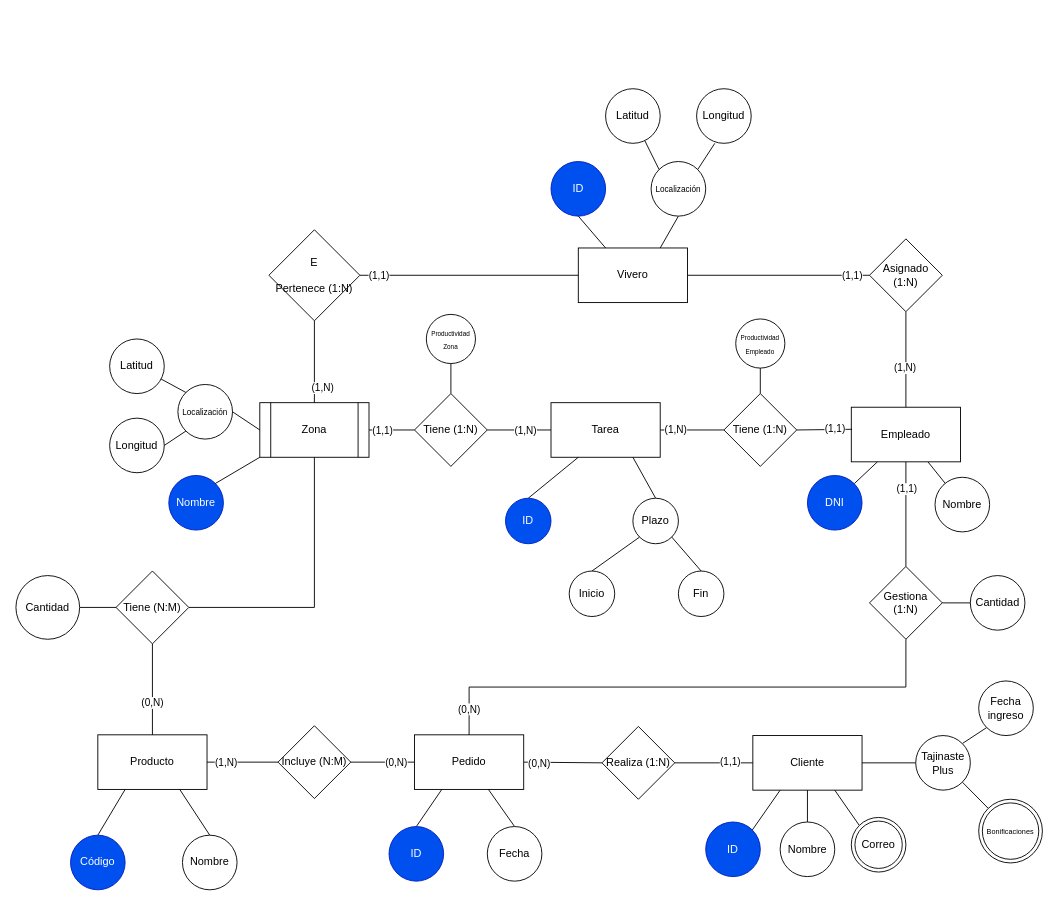
Kyrylo-Chvanov/adbd-practica2 keeps this draw.io diagram as diagrama.drawio. Above is the earlier version. Source tidied: cells renumbered, new cells numbered last; positions are measured from the earlier drawing's top-left corner, leaving out a move shared by most shapes. Both pictures are drawn from the tidied source at 91%, with x=0, y=0 at pixel (15, 88).
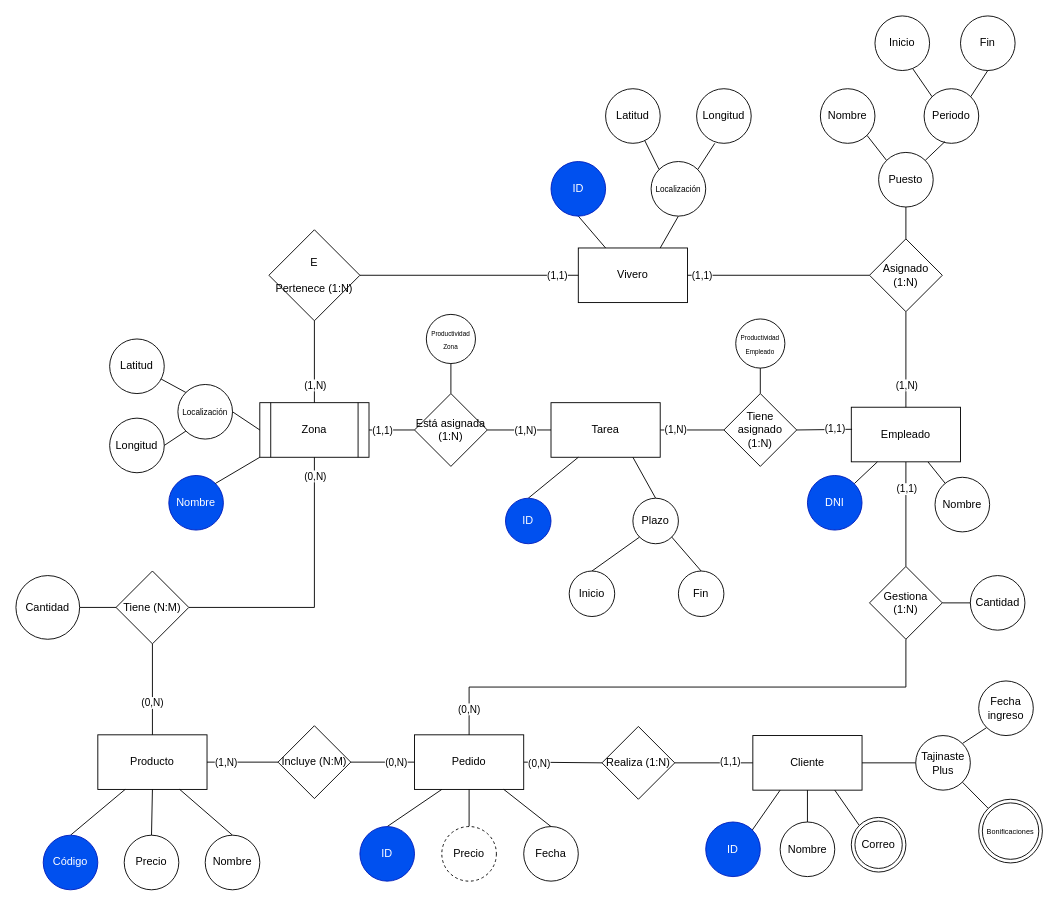
The same page after the edit.

The change refers to these unchanged cells:
```xml
<mxCell id="12" style="edgeStyle=none;shape=connector;rounded=0;jettySize=auto;html=1;exitX=1;exitY=0.5;exitDx=0;exitDy=0;entryX=0;entryY=0.5;entryDx=0;entryDy=0;strokeColor=default;align=center;verticalAlign=middle;fontFamily=Helvetica;fontSize=11;fontColor=default;labelBackgroundColor=default;endArrow=none;endFill=0;" parent="1" edge="1" source="16" target="2">
  <mxGeometry relative="1" as="geometry" />
</mxCell>
<mxCell id="14" style="edgeStyle=none;shape=connector;rounded=0;jettySize=auto;html=1;exitX=0.5;exitY=1;exitDx=0;exitDy=0;entryX=0.5;entryY=0;entryDx=0;entryDy=0;strokeColor=default;align=center;verticalAlign=middle;fontFamily=Helvetica;fontSize=11;fontColor=default;labelBackgroundColor=default;endArrow=none;endFill=0;" parent="1" edge="1" source="16" target="11">
  <mxGeometry relative="1" as="geometry" />
</mxCell>
<mxCell id="25" value="Producto" style="rounded=0;whiteSpace=wrap;html=1;" parent="1" vertex="1">
  <mxGeometry x="90" y="710" width="120" height="60" as="geometry" />
</mxCell>
<mxCell id="32" style="edgeStyle=orthogonalEdgeStyle;shape=connector;rounded=0;jettySize=auto;html=1;exitX=1;exitY=0.5;exitDx=0;exitDy=0;entryX=0.5;entryY=1;entryDx=0;entryDy=0;strokeColor=default;align=center;verticalAlign=middle;fontFamily=Helvetica;fontSize=11;fontColor=default;labelBackgroundColor=default;endArrow=none;endFill=0;" parent="1" edge="1" source="33" target="11">
  <mxGeometry relative="1" as="geometry" />
</mxCell>
<mxCell id="43" style="edgeStyle=none;shape=connector;rounded=0;jettySize=auto;html=1;strokeColor=default;align=center;verticalAlign=middle;fontFamily=Helvetica;fontSize=11;fontColor=default;labelBackgroundColor=default;endArrow=none;endFill=0;entryX=1;entryY=0.5;entryDx=0;entryDy=0;" parent="1" edge="1" source="47" target="2">
  <mxGeometry relative="1" as="geometry" />
</mxCell>
<mxCell id="45" style="edgeStyle=none;shape=connector;rounded=0;jettySize=auto;html=1;strokeColor=default;align=center;verticalAlign=middle;fontFamily=Helvetica;fontSize=11;fontColor=default;labelBackgroundColor=default;endArrow=none;endFill=0;" parent="1" edge="1" source="47" target="39">
  <mxGeometry relative="1" as="geometry" />
</mxCell>
<mxCell id="47" value="Asignado (1:N)" style="rhombus;whiteSpace=wrap;html=1;shapeInside=1;" parent="1" vertex="1">
  <mxGeometry x="938" y="165" width="80" height="80" as="geometry" />
</mxCell>
<mxCell id="91" value="Pedido" style="rounded=0;whiteSpace=wrap;html=1;" parent="1" vertex="1">
  <mxGeometry x="438" y="710" width="120" height="60" as="geometry" />
</mxCell>
```

The edit, as a diff of the source:
```diff
@@
     <mxCell id="13" value="(1,1)" style="edgeLabel;html=1;align=center;verticalAlign=middle;fontFamily=Helvetica;fontSize=11;fontColor=default;labelBackgroundColor=default;" parent="12" vertex="1">
       <mxGeometry x="-0.1" relative="1" as="geometry">
-        <mxPoint x="-88" as="offset" />
+        <mxPoint x="108" as="offset" />
       </mxGeometry>
     </mxCell>
@@
     <mxCell id="15" value="(1,N)" style="edgeLabel;html=1;align=center;verticalAlign=middle;fontFamily=Helvetica;fontSize=11;fontColor=default;labelBackgroundColor=default;" parent="14" vertex="1">
       <mxGeometry x="0.59" y="-1" relative="1" as="geometry">
-        <mxPoint x="9" y="1" as="offset" />
+        <mxPoint x="1" y="-2" as="offset" />
       </mxGeometry>
     </mxCell>
@@
     <mxCell id="27" value="Nombre" style="ellipse;whiteSpace=wrap;html=1;shapeInside=1;" parent="1" vertex="1">
-      <mxGeometry x="183" y="820.3" width="60" height="60" as="geometry" />
+      <mxGeometry x="208" y="820.3" width="60" height="60" as="geometry" />
     </mxCell>
@@
     <mxCell id="29" value="Código" style="ellipse;whiteSpace=wrap;html=1;shapeInside=1;fillColor=#0050ef;fontColor=#ffffff;strokeColor=#001DBC;" parent="1" vertex="1">
-      <mxGeometry x="60" y="820.3" width="60" height="60" as="geometry" />
+      <mxGeometry x="30" y="820.3" width="60" height="60" as="geometry" />
     </mxCell>
@@
+    <mxCell id="104" value="(0,N)" style="edgeLabel;html=1;align=center;verticalAlign=middle;fontFamily=Helvetica;fontSize=11;fontColor=default;labelBackgroundColor=default;" parent="32" vertex="1">
+      <mxGeometry x="0.87" relative="1" as="geometry" />
+    </mxCell>
@@
     <mxCell id="44" value="(1,1)" style="edgeLabel;html=1;align=center;verticalAlign=middle;fontFamily=Helvetica;fontSize=11;fontColor=default;labelBackgroundColor=default;" parent="43" vertex="1">
       <mxGeometry x="0.24" y="1" relative="1" as="geometry">
-        <mxPoint x="104" y="-1" as="offset" />
+        <mxPoint x="-61" y="-1" as="offset" />
       </mxGeometry>
     </mxCell>
@@
     <mxCell id="46" value="(1,N)" style="edgeLabel;html=1;align=center;verticalAlign=middle;fontFamily=Helvetica;fontSize=11;fontColor=default;labelBackgroundColor=default;" parent="45" vertex="1">
-      <mxGeometry x="0.16" y="-2" relative="1" as="geometry" />
+      <mxGeometry x="0.16" y="-2" relative="1" as="geometry">
+        <mxPoint x="2" y="19" as="offset" />
+      </mxGeometry>
     </mxCell>
+    <mxCell id="105" style="edgeStyle=none;shape=connector;rounded=0;jettySize=auto;html=1;exitX=0.5;exitY=0;exitDx=0;exitDy=0;entryX=0.5;entryY=1;entryDx=0;entryDy=0;strokeColor=default;align=center;verticalAlign=middle;fontFamily=Helvetica;fontSize=11;fontColor=default;labelBackgroundColor=default;endArrow=none;endFill=0;" parent="1" edge="1" source="47" target="107">
+      <mxGeometry relative="1" as="geometry" />
+    </mxCell>
@@
-    <mxCell id="53" value="Tiene (1:N)" style="rhombus;whiteSpace=wrap;html=1;shapeInside=1;" parent="1" vertex="1">
+    <mxCell id="53" value="Está asignada (1:N)" style="rhombus;whiteSpace=wrap;html=1;shapeInside=1;" parent="1" vertex="1">
       <mxGeometry x="438" y="335" width="80" height="80" as="geometry" />
     </mxCell>
@@
-    <mxCell id="69" value="Tiene (1:N)" style="rhombus;whiteSpace=wrap;html=1;shapeInside=1;" parent="1" vertex="1">
+    <mxCell id="69" value="Tiene asignado (1:N)" style="rhombus;whiteSpace=wrap;html=1;shapeInside=1;" parent="1" vertex="1">
       <mxGeometry x="778" y="335" width="80" height="80" as="geometry" />
     </mxCell>
@@
     <mxCell id="93" value="Fecha" style="ellipse;whiteSpace=wrap;html=1;shapeInside=1;" parent="1" vertex="1">
-      <mxGeometry x="518" y="810.8" width="60" height="60" as="geometry" />
+      <mxGeometry x="558" y="810.8" width="60" height="60" as="geometry" />
     </mxCell>
@@
     <mxCell id="98" value="ID" style="ellipse;whiteSpace=wrap;html=1;shapeInside=1;fillColor=#0050ef;fontColor=#ffffff;strokeColor=#001DBC;" parent="1" vertex="1">
-      <mxGeometry x="410" y="810.8" width="60" height="60" as="geometry" />
+      <mxGeometry x="378" y="810.8" width="60" height="60" as="geometry" />
     </mxCell>
@@
+    <mxCell id="106" style="edgeStyle=none;shape=connector;rounded=0;jettySize=auto;html=1;exitX=0;exitY=0;exitDx=0;exitDy=0;entryX=1;entryY=1;entryDx=0;entryDy=0;strokeColor=default;align=center;verticalAlign=middle;fontFamily=Helvetica;fontSize=11;fontColor=default;labelBackgroundColor=default;endArrow=none;endFill=0;" parent="1" edge="1" source="107" target="108">
+      <mxGeometry relative="1" as="geometry" />
+    </mxCell>
+    <mxCell id="107" value="Puesto" style="ellipse;whiteSpace=wrap;html=1;shapeInside=1;" parent="1" vertex="1">
+      <mxGeometry x="948" y="70" width="60" height="60" as="geometry" />
+    </mxCell>
+    <mxCell id="108" value="Nombre" style="ellipse;whiteSpace=wrap;html=1;shapeInside=1;" parent="1" vertex="1">
+      <mxGeometry x="884" width="60" height="60" as="geometry" />
+    </mxCell>
+    <mxCell id="109" style="edgeStyle=none;shape=connector;rounded=0;jettySize=auto;html=1;exitX=1;exitY=0;exitDx=0;exitDy=0;entryX=0.5;entryY=1;entryDx=0;entryDy=0;strokeColor=default;align=center;verticalAlign=middle;fontFamily=Helvetica;fontSize=11;fontColor=default;labelBackgroundColor=default;endArrow=none;endFill=0;" parent="1" edge="1" source="110" target="114">
+      <mxGeometry relative="1" as="geometry" />
+    </mxCell>
+    <mxCell id="110" value="Periodo" style="ellipse;whiteSpace=wrap;html=1;shapeInside=1;" parent="1" vertex="1">
+      <mxGeometry x="998" width="60" height="60" as="geometry" />
+    </mxCell>
+    <mxCell id="111" style="edgeStyle=none;shape=connector;rounded=0;jettySize=auto;html=1;exitX=1;exitY=0;exitDx=0;exitDy=0;entryX=0.383;entryY=0.967;entryDx=0;entryDy=0;entryPerimeter=0;strokeColor=default;align=center;verticalAlign=middle;fontFamily=Helvetica;fontSize=11;fontColor=default;labelBackgroundColor=default;endArrow=none;endFill=0;" parent="1" edge="1" source="107" target="110">
+      <mxGeometry relative="1" as="geometry" />
+    </mxCell>
+    <mxCell id="112" value="Inicio" style="ellipse;whiteSpace=wrap;html=1;shapeInside=1;" parent="1" vertex="1">
+      <mxGeometry x="944" y="-80" width="60" height="60" as="geometry" />
+    </mxCell>
+    <mxCell id="113" style="edgeStyle=none;shape=connector;rounded=0;jettySize=auto;html=1;exitX=0;exitY=0;exitDx=0;exitDy=0;entryX=0.691;entryY=0.965;entryDx=0;entryDy=0;entryPerimeter=0;strokeColor=default;align=center;verticalAlign=middle;fontFamily=Helvetica;fontSize=11;fontColor=default;labelBackgroundColor=default;endArrow=none;endFill=0;" parent="1" edge="1" source="110" target="112">
+      <mxGeometry relative="1" as="geometry" />
+    </mxCell>
+    <mxCell id="114" value="Fin" style="ellipse;whiteSpace=wrap;html=1;shapeInside=1;" parent="1" vertex="1">
+      <mxGeometry x="1038" y="-80" width="60" height="60" as="geometry" />
+    </mxCell>
+    <mxCell id="115" style="edgeStyle=none;shape=connector;rounded=0;jettySize=auto;html=1;exitX=0.5;exitY=0;exitDx=0;exitDy=0;entryX=0.5;entryY=1;entryDx=0;entryDy=0;strokeColor=default;align=center;verticalAlign=middle;fontFamily=Helvetica;fontSize=11;fontColor=default;labelBackgroundColor=default;endArrow=none;endFill=0;" parent="1" edge="1" source="116" target="25">
+      <mxGeometry relative="1" as="geometry" />
+    </mxCell>
+    <mxCell id="116" value="Precio" style="ellipse;whiteSpace=wrap;html=1;shapeInside=1;" parent="1" vertex="1">
+      <mxGeometry x="119" y="820.3" width="60" height="60" as="geometry" />
+    </mxCell>
+    <mxCell id="117" style="edgeStyle=none;shape=connector;rounded=0;jettySize=auto;html=1;exitX=0.5;exitY=0;exitDx=0;exitDy=0;entryX=0.5;entryY=1;entryDx=0;entryDy=0;strokeColor=default;align=center;verticalAlign=middle;fontFamily=Helvetica;fontSize=11;fontColor=default;labelBackgroundColor=default;endArrow=none;endFill=0;" parent="1" edge="1" source="118" target="91">
+      <mxGeometry relative="1" as="geometry" />
+    </mxCell>
+    <mxCell id="118" value="Precio" style="ellipse;whiteSpace=wrap;html=1;shapeInside=1;dashed=1;" parent="1" vertex="1">
+      <mxGeometry x="468" y="810.8" width="60" height="60" as="geometry" />
+    </mxCell>
```
